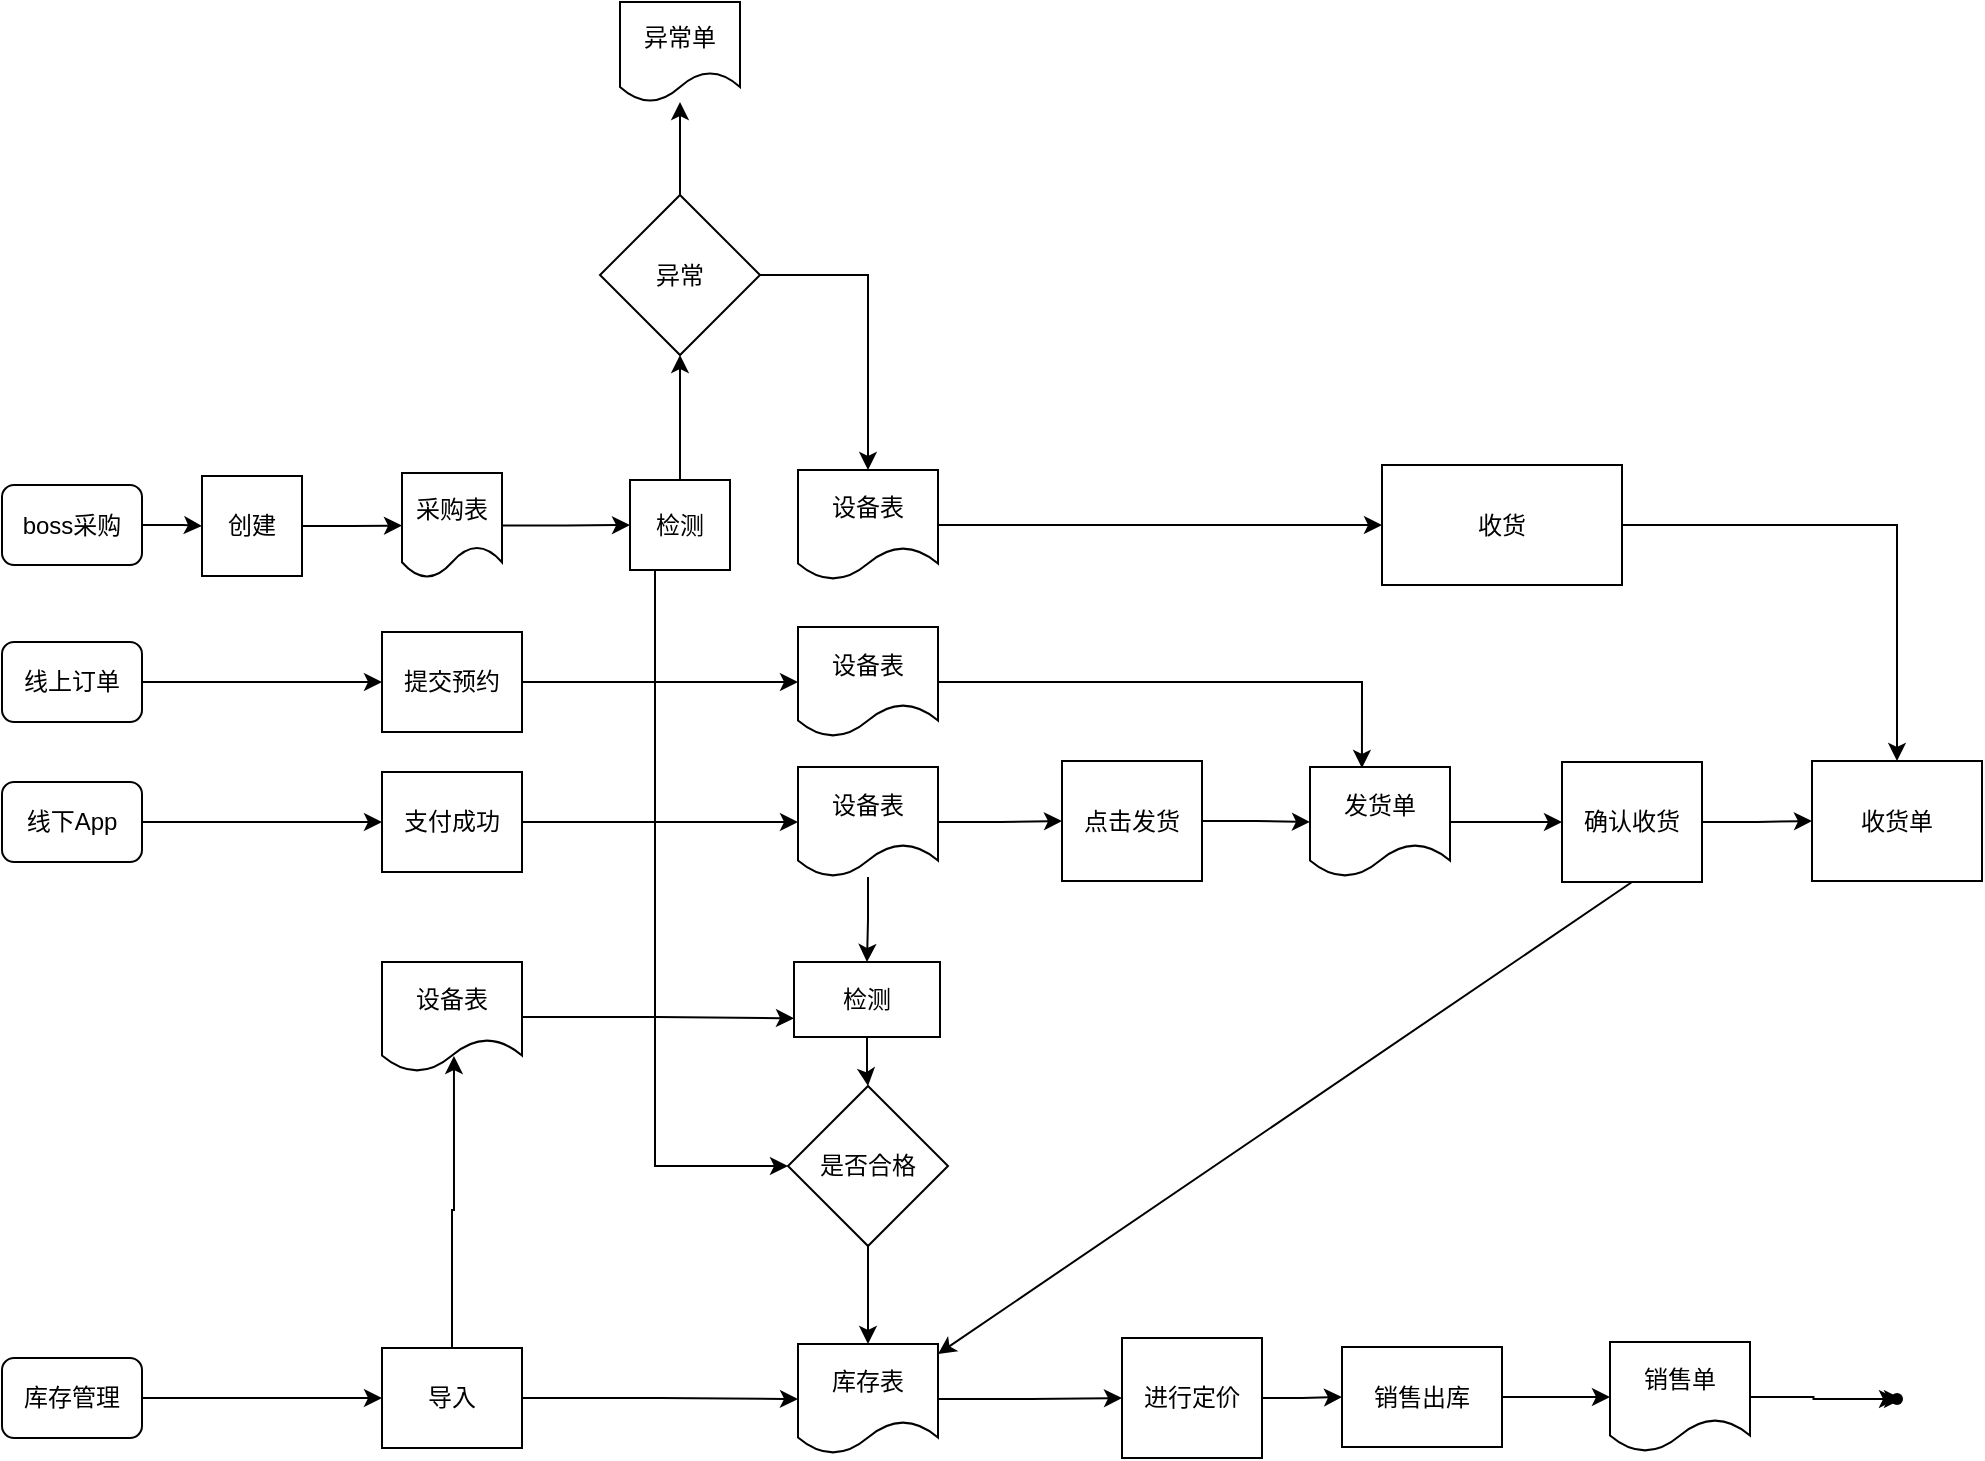
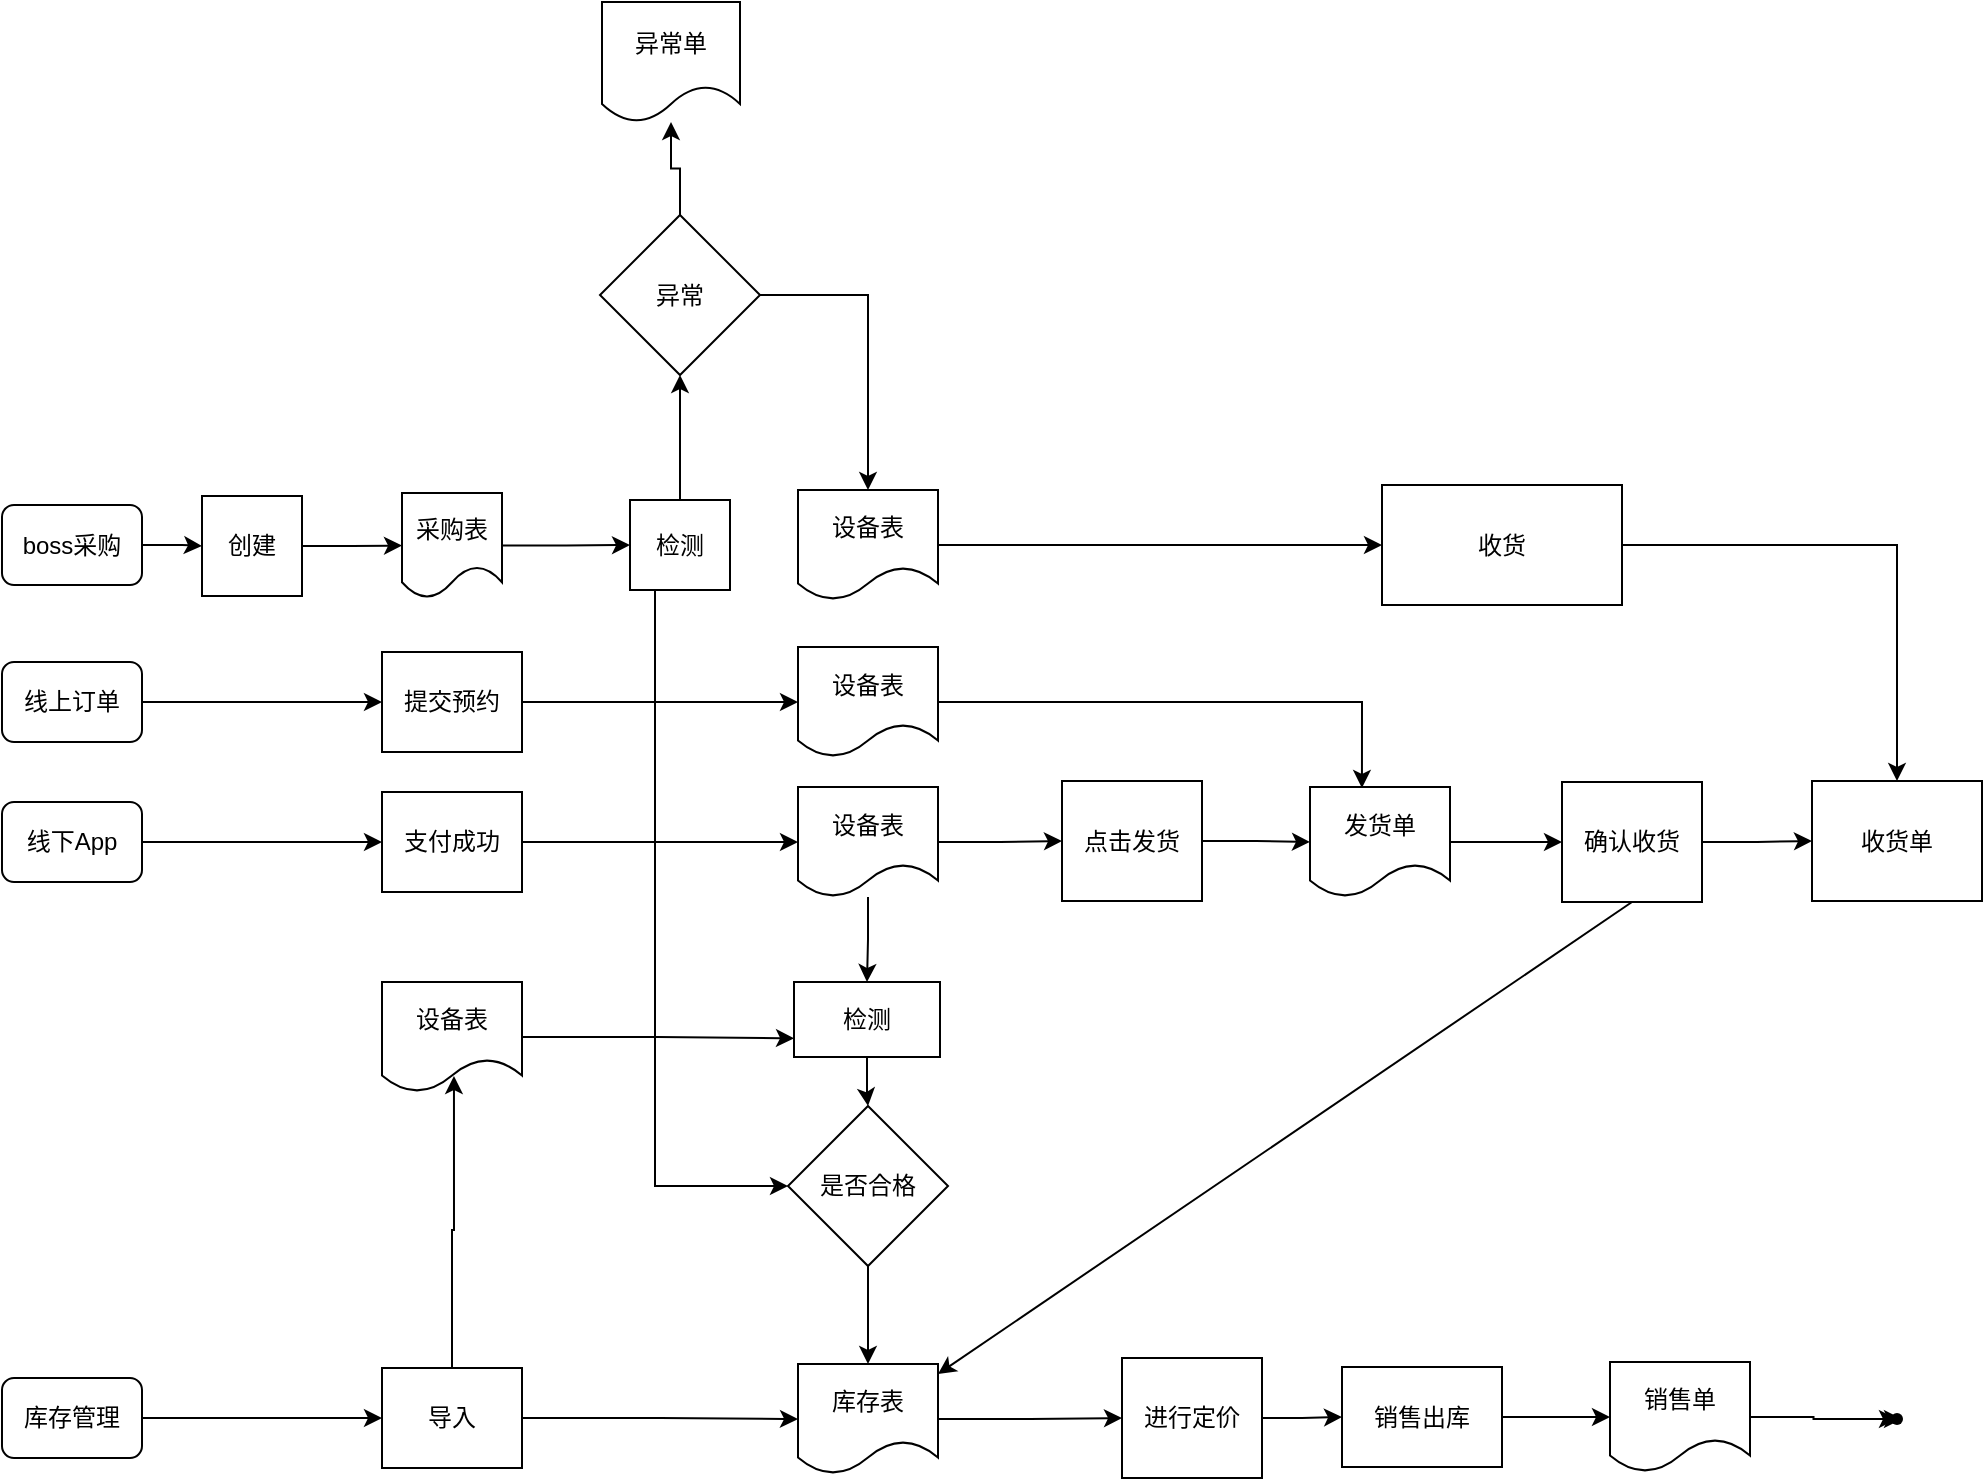
<mxfile host="app.diagrams.net">
  <diagram name="第 1 页" id="s3CgnVwbfZmktE_ADOAM">
    <mxGraphModel dx="1414" dy="1899" grid="1" gridSize="10" guides="1" tooltips="1" connect="1" arrows="1" fold="1" page="1" pageScale="1" pageWidth="827" pageHeight="1169" math="0" shadow="0">
      <root>
        <mxCell id="0" />
        <mxCell id="1" parent="0" />
        <mxCell id="9bAV4iDaCewVaVFpZhyE-6" edge="1" parent="1" source="9bAV4iDaCewVaVFpZhyE-1" style="edgeStyle=orthogonalEdgeStyle;rounded=0;orthogonalLoop=1;jettySize=auto;html=1;entryX=0;entryY=0.5;entryDx=0;entryDy=0;" target="9bAV4iDaCewVaVFpZhyE-5">
          <mxGeometry relative="1" as="geometry" />
        </mxCell>
        <mxCell id="9bAV4iDaCewVaVFpZhyE-1" parent="1" style="rounded=1;whiteSpace=wrap;html=1;" value="线上订单" vertex="1">
          <mxGeometry height="40" width="70" x="100" y="200" as="geometry" />
        </mxCell>
        <mxCell id="9bAV4iDaCewVaVFpZhyE-8" edge="1" parent="1" source="9bAV4iDaCewVaVFpZhyE-2" style="edgeStyle=orthogonalEdgeStyle;rounded=0;orthogonalLoop=1;jettySize=auto;html=1;entryX=0;entryY=0.5;entryDx=0;entryDy=0;" target="9bAV4iDaCewVaVFpZhyE-7">
          <mxGeometry relative="1" as="geometry" />
        </mxCell>
        <mxCell id="9bAV4iDaCewVaVFpZhyE-2" parent="1" style="rounded=1;whiteSpace=wrap;html=1;" value="线下App" vertex="1">
          <mxGeometry height="40" width="70" x="100" y="270" as="geometry" />
        </mxCell>
        <mxCell id="9bAV4iDaCewVaVFpZhyE-18" edge="1" parent="1" source="9bAV4iDaCewVaVFpZhyE-4" style="edgeStyle=orthogonalEdgeStyle;rounded=0;orthogonalLoop=1;jettySize=auto;html=1;entryX=0;entryY=0.5;entryDx=0;entryDy=0;" target="9bAV4iDaCewVaVFpZhyE-17">
          <mxGeometry relative="1" as="geometry" />
        </mxCell>
        <mxCell id="9bAV4iDaCewVaVFpZhyE-4" parent="1" style="rounded=1;whiteSpace=wrap;html=1;" value="boss采购" vertex="1">
          <mxGeometry height="40" width="70" x="100" y="121.5" as="geometry" />
        </mxCell>
        <mxCell id="9bAV4iDaCewVaVFpZhyE-13" edge="1" parent="1" source="9bAV4iDaCewVaVFpZhyE-5" style="edgeStyle=orthogonalEdgeStyle;rounded=0;orthogonalLoop=1;jettySize=auto;html=1;entryX=0;entryY=0.5;entryDx=0;entryDy=0;" target="9bAV4iDaCewVaVFpZhyE-10">
          <mxGeometry relative="1" as="geometry" />
        </mxCell>
        <mxCell id="9bAV4iDaCewVaVFpZhyE-5" parent="1" style="rounded=0;whiteSpace=wrap;html=1;" value="提交预约" vertex="1">
          <mxGeometry height="50" width="70" x="290" y="195" as="geometry" />
        </mxCell>
        <mxCell id="9bAV4iDaCewVaVFpZhyE-14" edge="1" parent="1" source="9bAV4iDaCewVaVFpZhyE-7" style="edgeStyle=orthogonalEdgeStyle;rounded=0;orthogonalLoop=1;jettySize=auto;html=1;entryX=0;entryY=0.5;entryDx=0;entryDy=0;" target="9bAV4iDaCewVaVFpZhyE-11">
          <mxGeometry relative="1" as="geometry" />
        </mxCell>
        <mxCell id="9bAV4iDaCewVaVFpZhyE-7" parent="1" style="rounded=0;whiteSpace=wrap;html=1;" value="支付成功" vertex="1">
          <mxGeometry height="50" width="70" x="290" y="265" as="geometry" />
        </mxCell>
        <mxCell id="GVKssT9AvyQaVMVPeHK4-17" edge="1" parent="1" source="9bAV4iDaCewVaVFpZhyE-9" style="edgeStyle=orthogonalEdgeStyle;rounded=0;orthogonalLoop=1;jettySize=auto;html=1;entryX=0;entryY=0.5;entryDx=0;entryDy=0;exitX=0.25;exitY=1;exitDx=0;exitDy=0;" target="GVKssT9AvyQaVMVPeHK4-10">
          <mxGeometry relative="1" as="geometry">
            <mxPoint x="413.5" y="161.5" as="sourcePoint" />
            <mxPoint x="438.5" y="482" as="targetPoint" />
          </mxGeometry>
        </mxCell>
        <mxCell id="GVKssT9AvyQaVMVPeHK4-57" edge="1" parent="1" source="9bAV4iDaCewVaVFpZhyE-9" style="edgeStyle=orthogonalEdgeStyle;rounded=0;orthogonalLoop=1;jettySize=auto;html=1;" target="GVKssT9AvyQaVMVPeHK4-56" value="">
          <mxGeometry relative="1" as="geometry" />
        </mxCell>
        <mxCell id="9bAV4iDaCewVaVFpZhyE-9" parent="1" style="rounded=0;whiteSpace=wrap;html=1;" value="检测" vertex="1">
          <mxGeometry height="45" width="50" x="414" y="119" as="geometry" />
        </mxCell>
        <mxCell id="9bAV4iDaCewVaVFpZhyE-10" parent="1" style="shape=document;whiteSpace=wrap;html=1;boundedLbl=1;" value="设备表" vertex="1">
          <mxGeometry height="55" width="70" x="498" y="192.5" as="geometry" />
        </mxCell>
        <mxCell id="GVKssT9AvyQaVMVPeHK4-16" edge="1" parent="1" source="9bAV4iDaCewVaVFpZhyE-11" style="edgeStyle=orthogonalEdgeStyle;rounded=0;orthogonalLoop=1;jettySize=auto;html=1;entryX=0.5;entryY=0;entryDx=0;entryDy=0;" target="GVKssT9AvyQaVMVPeHK4-11">
          <mxGeometry relative="1" as="geometry" />
        </mxCell>
        <mxCell id="GVKssT9AvyQaVMVPeHK4-46" edge="1" parent="1" source="9bAV4iDaCewVaVFpZhyE-11" style="edgeStyle=orthogonalEdgeStyle;rounded=0;orthogonalLoop=1;jettySize=auto;html=1;entryX=0;entryY=0.5;entryDx=0;entryDy=0;" target="GVKssT9AvyQaVMVPeHK4-45">
          <mxGeometry relative="1" as="geometry" />
        </mxCell>
        <mxCell id="9bAV4iDaCewVaVFpZhyE-11" parent="1" style="shape=document;whiteSpace=wrap;html=1;boundedLbl=1;" value="设备表" vertex="1">
          <mxGeometry height="55" width="70" x="498" y="262.5" as="geometry" />
        </mxCell>
        <mxCell id="GVKssT9AvyQaVMVPeHK4-54" edge="1" parent="1" source="9bAV4iDaCewVaVFpZhyE-12" style="edgeStyle=orthogonalEdgeStyle;rounded=0;orthogonalLoop=1;jettySize=auto;html=1;" target="GVKssT9AvyQaVMVPeHK4-53" value="">
          <mxGeometry relative="1" as="geometry" />
        </mxCell>
        <mxCell id="9bAV4iDaCewVaVFpZhyE-12" parent="1" style="shape=document;whiteSpace=wrap;html=1;boundedLbl=1;" value="设备表" vertex="1">
          <mxGeometry height="55" width="70" x="498" y="114" as="geometry" />
        </mxCell>
        <mxCell id="9bAV4iDaCewVaVFpZhyE-20" edge="1" parent="1" source="9bAV4iDaCewVaVFpZhyE-17" style="edgeStyle=orthogonalEdgeStyle;rounded=0;orthogonalLoop=1;jettySize=auto;html=1;entryX=0;entryY=0.5;entryDx=0;entryDy=0;" target="9bAV4iDaCewVaVFpZhyE-19">
          <mxGeometry relative="1" as="geometry" />
        </mxCell>
        <mxCell id="9bAV4iDaCewVaVFpZhyE-17" parent="1" style="rounded=0;whiteSpace=wrap;html=1;" value="创建" vertex="1">
          <mxGeometry height="50" width="50" x="200" y="117" as="geometry" />
        </mxCell>
        <mxCell id="9bAV4iDaCewVaVFpZhyE-21" edge="1" parent="1" source="9bAV4iDaCewVaVFpZhyE-19" style="edgeStyle=orthogonalEdgeStyle;rounded=0;orthogonalLoop=1;jettySize=auto;html=1;entryX=0;entryY=0.5;entryDx=0;entryDy=0;" target="9bAV4iDaCewVaVFpZhyE-9">
          <mxGeometry relative="1" as="geometry" />
        </mxCell>
        <mxCell id="9bAV4iDaCewVaVFpZhyE-19" parent="1" style="shape=document;whiteSpace=wrap;html=1;boundedLbl=1;" value="采购表" vertex="1">
          <mxGeometry height="52.5" width="50" x="300" y="115.5" as="geometry" />
        </mxCell>
        <mxCell id="GVKssT9AvyQaVMVPeHK4-5" edge="1" parent="1" source="GVKssT9AvyQaVMVPeHK4-11" style="edgeStyle=orthogonalEdgeStyle;rounded=0;orthogonalLoop=1;jettySize=auto;html=1;entryX=0.5;entryY=0;entryDx=0;entryDy=0;" target="GVKssT9AvyQaVMVPeHK4-10" value="">
          <mxGeometry relative="1" as="geometry">
            <mxPoint x="780" y="252.5" as="sourcePoint" />
            <mxPoint x="700" y="370" as="targetPoint" />
          </mxGeometry>
        </mxCell>
        <mxCell id="GVKssT9AvyQaVMVPeHK4-12" edge="1" parent="1" source="GVKssT9AvyQaVMVPeHK4-10" style="edgeStyle=orthogonalEdgeStyle;rounded=0;orthogonalLoop=1;jettySize=auto;html=1;entryX=0.5;entryY=0;entryDx=0;entryDy=0;" target="GVKssT9AvyQaVMVPeHK4-13" value="">
          <mxGeometry relative="1" as="geometry">
            <mxPoint x="950" y="251.29999999999995" as="targetPoint" />
          </mxGeometry>
        </mxCell>
        <mxCell id="GVKssT9AvyQaVMVPeHK4-10" parent="1" style="rhombus;whiteSpace=wrap;html=1;" value="是否合格" vertex="1">
          <mxGeometry height="80" width="80" x="493" y="422" as="geometry" />
        </mxCell>
        <mxCell id="GVKssT9AvyQaVMVPeHK4-11" parent="1" style="rounded=0;whiteSpace=wrap;html=1;" value="&lt;span style=&quot;text-align: left;&quot;&gt;检测&lt;/span&gt;" vertex="1">
          <mxGeometry height="37.5" width="73" x="496" y="360" as="geometry" />
        </mxCell>
        <mxCell id="GVKssT9AvyQaVMVPeHK4-60" edge="1" parent="1" source="GVKssT9AvyQaVMVPeHK4-13" style="edgeStyle=orthogonalEdgeStyle;rounded=0;orthogonalLoop=1;jettySize=auto;html=1;" target="GVKssT9AvyQaVMVPeHK4-19" value="">
          <mxGeometry relative="1" as="geometry" />
        </mxCell>
        <mxCell id="GVKssT9AvyQaVMVPeHK4-13" parent="1" style="shape=document;whiteSpace=wrap;html=1;boundedLbl=1;" value="库存表" vertex="1">
          <mxGeometry height="55" width="70" x="498" y="551" as="geometry" />
        </mxCell>
        <mxCell id="GVKssT9AvyQaVMVPeHK4-22" edge="1" parent="1" source="GVKssT9AvyQaVMVPeHK4-19" style="edgeStyle=orthogonalEdgeStyle;rounded=0;orthogonalLoop=1;jettySize=auto;html=1;" target="GVKssT9AvyQaVMVPeHK4-21" value="">
          <mxGeometry relative="1" as="geometry" />
        </mxCell>
        <mxCell id="GVKssT9AvyQaVMVPeHK4-19" parent="1" style="rounded=0;whiteSpace=wrap;html=1;" value="进行定价" vertex="1">
          <mxGeometry height="60" width="70" x="660" y="548" as="geometry" />
        </mxCell>
        <mxCell id="GVKssT9AvyQaVMVPeHK4-25" edge="1" parent="1" source="GVKssT9AvyQaVMVPeHK4-21" style="edgeStyle=orthogonalEdgeStyle;rounded=0;orthogonalLoop=1;jettySize=auto;html=1;" target="GVKssT9AvyQaVMVPeHK4-24" value="">
          <mxGeometry relative="1" as="geometry" />
        </mxCell>
        <mxCell id="GVKssT9AvyQaVMVPeHK4-21" parent="1" style="whiteSpace=wrap;html=1;rounded=0;" value="销售出库" vertex="1">
          <mxGeometry height="50" width="80" x="770" y="552.5" as="geometry" />
        </mxCell>
        <mxCell id="GVKssT9AvyQaVMVPeHK4-62" edge="1" parent="1" source="GVKssT9AvyQaVMVPeHK4-61" style="edgeStyle=orthogonalEdgeStyle;rounded=0;orthogonalLoop=1;jettySize=auto;html=1;" value="">
          <mxGeometry relative="1" as="geometry">
            <mxPoint x="1050" y="578" as="targetPoint" />
          </mxGeometry>
        </mxCell>
        <mxCell id="GVKssT9AvyQaVMVPeHK4-24" parent="1" style="shape=document;whiteSpace=wrap;html=1;boundedLbl=1;" value="销售单" vertex="1">
          <mxGeometry height="55" width="70" x="904" y="550" as="geometry" />
        </mxCell>
        <mxCell id="GVKssT9AvyQaVMVPeHK4-50" edge="1" parent="1" source="GVKssT9AvyQaVMVPeHK4-26" style="edgeStyle=orthogonalEdgeStyle;rounded=0;orthogonalLoop=1;jettySize=auto;html=1;" target="GVKssT9AvyQaVMVPeHK4-49" value="">
          <mxGeometry relative="1" as="geometry" />
        </mxCell>
        <mxCell id="GVKssT9AvyQaVMVPeHK4-26" parent="1" style="shape=document;whiteSpace=wrap;html=1;boundedLbl=1;" value="发货单" vertex="1">
          <mxGeometry height="55" width="70" x="754" y="262.5" as="geometry" />
        </mxCell>
        <mxCell id="GVKssT9AvyQaVMVPeHK4-30" edge="1" parent="1" source="9bAV4iDaCewVaVFpZhyE-2" style="edgeStyle=orthogonalEdgeStyle;rounded=0;orthogonalLoop=1;jettySize=auto;html=1;exitX=0.5;exitY=1;exitDx=0;exitDy=0;" target="9bAV4iDaCewVaVFpZhyE-2">
          <mxGeometry relative="1" as="geometry" />
        </mxCell>
        <mxCell id="GVKssT9AvyQaVMVPeHK4-31" edge="1" parent="1" style="edgeStyle=orthogonalEdgeStyle;rounded=0;orthogonalLoop=1;jettySize=auto;html=1;exitX=0.5;exitY=1;exitDx=0;exitDy=0;">
          <mxGeometry relative="1" as="geometry">
            <mxPoint x="200" y="390" as="sourcePoint" />
            <mxPoint x="200" y="390" as="targetPoint" />
          </mxGeometry>
        </mxCell>
        <mxCell id="GVKssT9AvyQaVMVPeHK4-34" edge="1" parent="1" source="GVKssT9AvyQaVMVPeHK4-32" style="edgeStyle=orthogonalEdgeStyle;rounded=0;orthogonalLoop=1;jettySize=auto;html=1;entryX=0;entryY=0.5;entryDx=0;entryDy=0;" target="GVKssT9AvyQaVMVPeHK4-33">
          <mxGeometry relative="1" as="geometry" />
        </mxCell>
        <mxCell id="GVKssT9AvyQaVMVPeHK4-32" parent="1" style="rounded=1;whiteSpace=wrap;html=1;" value="库存管理" vertex="1">
          <mxGeometry height="40" width="70" x="100" y="558" as="geometry" />
        </mxCell>
        <mxCell id="GVKssT9AvyQaVMVPeHK4-35" edge="1" parent="1" source="GVKssT9AvyQaVMVPeHK4-33" style="edgeStyle=orthogonalEdgeStyle;rounded=0;orthogonalLoop=1;jettySize=auto;html=1;entryX=0;entryY=0.5;entryDx=0;entryDy=0;" target="GVKssT9AvyQaVMVPeHK4-13">
          <mxGeometry relative="1" as="geometry" />
        </mxCell>
        <mxCell id="GVKssT9AvyQaVMVPeHK4-33" parent="1" style="rounded=0;whiteSpace=wrap;html=1;" value="导入" vertex="1">
          <mxGeometry height="50" width="70" x="290" y="553" as="geometry" />
        </mxCell>
        <mxCell id="GVKssT9AvyQaVMVPeHK4-39" edge="1" parent="1" style="edgeStyle=orthogonalEdgeStyle;rounded=0;orthogonalLoop=1;jettySize=auto;html=1;exitX=0.5;exitY=1;exitDx=0;exitDy=0;">
          <mxGeometry relative="1" as="geometry">
            <mxPoint x="135" y="599" as="sourcePoint" />
            <mxPoint x="135" y="599" as="targetPoint" />
          </mxGeometry>
        </mxCell>
        <mxCell id="GVKssT9AvyQaVMVPeHK4-42" edge="1" parent="1" source="GVKssT9AvyQaVMVPeHK4-40" style="edgeStyle=orthogonalEdgeStyle;rounded=0;orthogonalLoop=1;jettySize=auto;html=1;entryX=0;entryY=0.75;entryDx=0;entryDy=0;" target="GVKssT9AvyQaVMVPeHK4-11">
          <mxGeometry relative="1" as="geometry" />
        </mxCell>
        <mxCell id="GVKssT9AvyQaVMVPeHK4-40" parent="1" style="shape=document;whiteSpace=wrap;html=1;boundedLbl=1;" value="设备表" vertex="1">
          <mxGeometry height="55" width="70" x="290" y="360" as="geometry" />
        </mxCell>
        <mxCell id="GVKssT9AvyQaVMVPeHK4-41" edge="1" parent="1" source="GVKssT9AvyQaVMVPeHK4-33" style="edgeStyle=orthogonalEdgeStyle;rounded=0;orthogonalLoop=1;jettySize=auto;html=1;entryX=0.514;entryY=0.855;entryDx=0;entryDy=0;entryPerimeter=0;" target="GVKssT9AvyQaVMVPeHK4-40">
          <mxGeometry relative="1" as="geometry" />
        </mxCell>
        <mxCell id="GVKssT9AvyQaVMVPeHK4-47" edge="1" parent="1" source="GVKssT9AvyQaVMVPeHK4-45" style="edgeStyle=orthogonalEdgeStyle;rounded=0;orthogonalLoop=1;jettySize=auto;html=1;entryX=0;entryY=0.5;entryDx=0;entryDy=0;" target="GVKssT9AvyQaVMVPeHK4-26">
          <mxGeometry relative="1" as="geometry" />
        </mxCell>
        <mxCell id="GVKssT9AvyQaVMVPeHK4-45" parent="1" style="rounded=0;whiteSpace=wrap;html=1;" value="点击发货" vertex="1">
          <mxGeometry height="60" width="70" x="630" y="259.5" as="geometry" />
        </mxCell>
        <mxCell id="GVKssT9AvyQaVMVPeHK4-48" edge="1" parent="1" source="9bAV4iDaCewVaVFpZhyE-10" style="edgeStyle=orthogonalEdgeStyle;rounded=0;orthogonalLoop=1;jettySize=auto;html=1;entryX=0.371;entryY=0.009;entryDx=0;entryDy=0;entryPerimeter=0;" target="GVKssT9AvyQaVMVPeHK4-26">
          <mxGeometry relative="1" as="geometry" />
        </mxCell>
        <mxCell id="GVKssT9AvyQaVMVPeHK4-52" edge="1" parent="1" source="GVKssT9AvyQaVMVPeHK4-49" style="edgeStyle=orthogonalEdgeStyle;rounded=0;orthogonalLoop=1;jettySize=auto;html=1;" target="GVKssT9AvyQaVMVPeHK4-51" value="">
          <mxGeometry relative="1" as="geometry" />
        </mxCell>
        <mxCell id="GVKssT9AvyQaVMVPeHK4-49" parent="1" style="whiteSpace=wrap;html=1;" value="确认收货" vertex="1">
          <mxGeometry height="60" width="70" x="880" y="260" as="geometry" />
        </mxCell>
        <mxCell id="GVKssT9AvyQaVMVPeHK4-51" parent="1" style="whiteSpace=wrap;html=1;" value="收货单" vertex="1">
          <mxGeometry height="60" width="85" x="1005" y="259.5" as="geometry" />
        </mxCell>
        <mxCell id="GVKssT9AvyQaVMVPeHK4-55" edge="1" parent="1" source="GVKssT9AvyQaVMVPeHK4-53" style="edgeStyle=orthogonalEdgeStyle;rounded=0;orthogonalLoop=1;jettySize=auto;html=1;entryX=0.5;entryY=0;entryDx=0;entryDy=0;" target="GVKssT9AvyQaVMVPeHK4-51">
          <mxGeometry relative="1" as="geometry" />
        </mxCell>
        <mxCell id="GVKssT9AvyQaVMVPeHK4-53" parent="1" style="whiteSpace=wrap;html=1;" value="收货" vertex="1">
          <mxGeometry height="60" width="120" x="790" y="111.5" as="geometry" />
        </mxCell>
        <mxCell id="GVKssT9AvyQaVMVPeHK4-59" edge="1" parent="1" source="GVKssT9AvyQaVMVPeHK4-56" style="edgeStyle=orthogonalEdgeStyle;rounded=0;orthogonalLoop=1;jettySize=auto;html=1;" target="GVKssT9AvyQaVMVPeHK4-58" value="">
          <mxGeometry relative="1" as="geometry" />
        </mxCell>
        <mxCell id="GVKssT9AvyQaVMVPeHK4-66" edge="1" parent="1" source="GVKssT9AvyQaVMVPeHK4-56" style="edgeStyle=orthogonalEdgeStyle;rounded=0;orthogonalLoop=1;jettySize=auto;html=1;" target="9bAV4iDaCewVaVFpZhyE-12">
          <mxGeometry relative="1" as="geometry" />
        </mxCell>
        <mxCell id="GVKssT9AvyQaVMVPeHK4-56" parent="1" style="rhombus;whiteSpace=wrap;html=1;rounded=0;" value="异常" vertex="1">
          <mxGeometry height="80" width="80" x="399" y="-23.5" as="geometry" />
        </mxCell>
        <mxCell id="GVKssT9AvyQaVMVPeHK4-58" parent="1" style="shape=document;whiteSpace=wrap;html=1;boundedLbl=1;rounded=0;" value="异常单" vertex="1">
-           <mxGeometry height="50" width="60" x="409" y="-120" as="geometry" />
+           <mxGeometry height="60" width="69" x="400" y="-130" as="geometry" />
        </mxCell>
        <mxCell id="GVKssT9AvyQaVMVPeHK4-64" edge="1" parent="1" source="GVKssT9AvyQaVMVPeHK4-49" style="rounded=0;orthogonalLoop=1;jettySize=auto;html=1;entryX=1;entryY=0.091;entryDx=0;entryDy=0;entryPerimeter=0;exitX=0.5;exitY=1;exitDx=0;exitDy=0;" target="GVKssT9AvyQaVMVPeHK4-13">
          <mxGeometry relative="1" as="geometry">
            <mxPoint x="974" y="320.02" as="sourcePoint" />
            <mxPoint x="623.99" y="553" as="targetPoint" />
          </mxGeometry>
        </mxCell>
        <mxCell id="GVKssT9AvyQaVMVPeHK4-65" edge="1" parent="1" source="GVKssT9AvyQaVMVPeHK4-24" style="edgeStyle=orthogonalEdgeStyle;rounded=0;orthogonalLoop=1;jettySize=auto;html=1;" target="GVKssT9AvyQaVMVPeHK4-61" value="">
          <mxGeometry relative="1" as="geometry">
            <mxPoint x="974" y="578" as="sourcePoint" />
            <mxPoint x="1050" y="578" as="targetPoint" />
          </mxGeometry>
        </mxCell>
        <mxCell id="GVKssT9AvyQaVMVPeHK4-61" parent="1" style="shape=waypoint;sketch=0;size=6;pointerEvents=1;points=[];fillColor=default;resizable=0;rotatable=0;perimeter=centerPerimeter;snapToPoint=1;" value="" vertex="1">
          <mxGeometry height="20" width="20" x="1037.5" y="568.5" as="geometry" />
        </mxCell>
      </root>
    </mxGraphModel>
  </diagram>
</mxfile>
